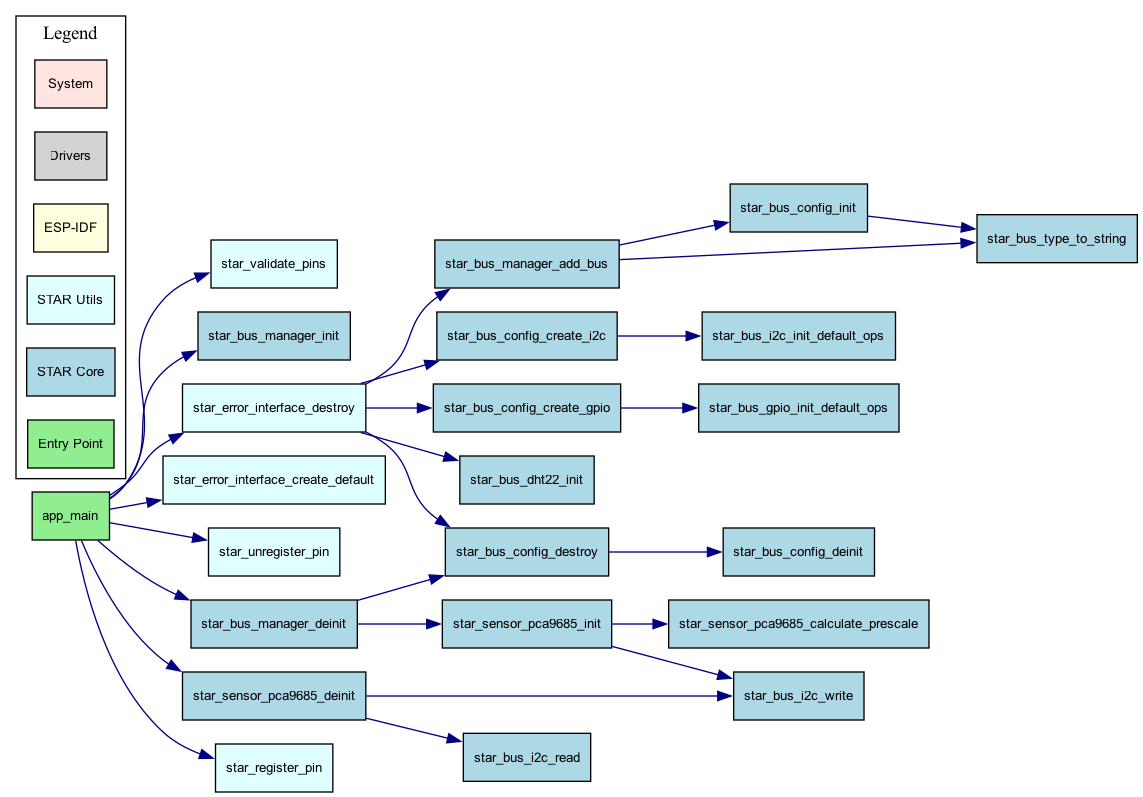
Before: ESP32-Firmware/docs/callgraph/visual_levels/callgraph_application.png, a diagram exported from Graphviz (Locked-Inc/STAR). Its source is kept beside it as ESP32-Firmware/docs/callgraph/visual_levels/callgraph_application.dot.
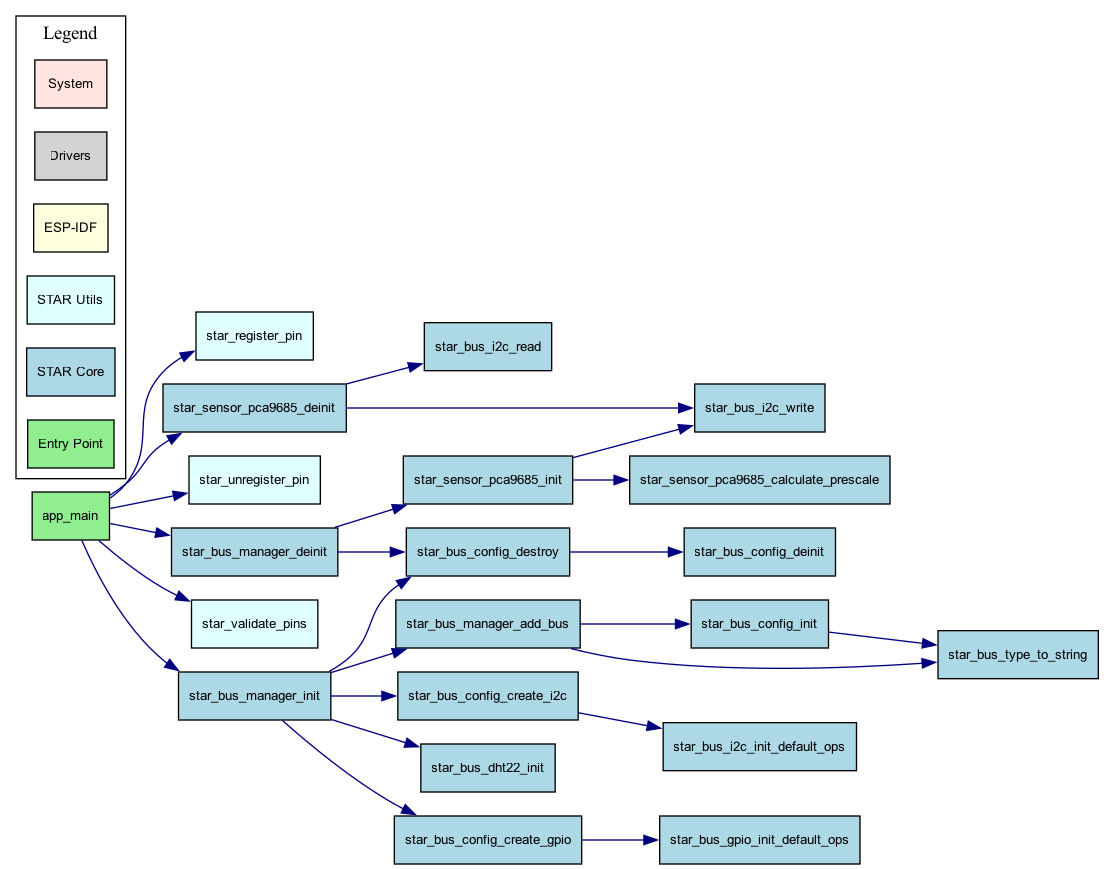
After the commit.

The edit, as a diff of the source:
```diff
@@ -3,33 +3,29 @@
     node [shape=box style=filled fontname="Arial" fontsize=10];
     edge [color=navy fontsize=8];
 
+    "star_register_pin" [fillcolor=lightcyan];
+    "star_bus_manager_add_bus" [fillcolor=lightblue];
+    "app_main" [fillcolor=lightgreen fontweight=bold];
+    "star_sensor_pca9685_init" [fillcolor=lightblue];
+    "star_bus_config_create_i2c" [fillcolor=lightblue];
+    "star_sensor_pca9685_deinit" [fillcolor=lightblue];
+    "star_bus_dht22_init" [fillcolor=lightblue];
+    "star_sensor_pca9685_calculate_prescale" [fillcolor=lightblue];
+    "star_unregister_pin" [fillcolor=lightcyan];
+    "star_bus_config_create_gpio" [fillcolor=lightblue];
+    "star_bus_config_deinit" [fillcolor=lightblue];
+    "star_bus_i2c_read" [fillcolor=lightblue];
+    "star_bus_config_init" [fillcolor=lightblue];
+    "star_bus_config_destroy" [fillcolor=lightblue];
+    "star_bus_type_to_string" [fillcolor=lightblue];
+    "star_bus_i2c_init_default_ops" [fillcolor=lightblue];
+    "star_bus_manager_deinit" [fillcolor=lightblue];
+    "star_validate_pins" [fillcolor=lightcyan];
+    "star_bus_gpio_init_default_ops" [fillcolor=lightblue];
+    "star_bus_manager_init" [fillcolor=lightblue];
     "star_bus_i2c_write" [fillcolor=lightblue];
-    "star_validate_pins" [fillcolor=lightcyan];
-    "star_bus_config_init" [fillcolor=lightblue];
-    "star_bus_manager_init" [fillcolor=lightblue];
-    "star_bus_i2c_read" [fillcolor=lightblue];
-    "star_bus_config_deinit" [fillcolor=lightblue];
-    "star_error_interface_destroy" [fillcolor=lightcyan];
-    "star_sensor_pca9685_calculate_prescale" [fillcolor=lightblue];
-    "star_bus_manager_add_bus" [fillcolor=lightblue];
-    "star_bus_config_create_i2c" [fillcolor=lightblue];
-    "star_bus_gpio_init_default_ops" [fillcolor=lightblue];
-    "star_bus_config_create_gpio" [fillcolor=lightblue];
-    "star_sensor_pca9685_init" [fillcolor=lightblue];
-    "star_error_interface_create_default" [fillcolor=lightcyan];
-    "app_main" [fillcolor=lightgreen fontweight=bold];
-    "star_unregister_pin" [fillcolor=lightcyan];
-    "star_sensor_pca9685_deinit" [fillcolor=lightblue];
-    "star_bus_type_to_string" [fillcolor=lightblue];
-    "star_bus_manager_deinit" [fillcolor=lightblue];
-    "star_register_pin" [fillcolor=lightcyan];
-    "star_bus_config_destroy" [fillcolor=lightblue];
-    "star_bus_i2c_init_default_ops" [fillcolor=lightblue];
-    "star_bus_dht22_init" [fillcolor=lightblue];
     "app_main" -> "star_bus_manager_deinit";
     "app_main" -> "star_bus_manager_init";
-    "app_main" -> "star_error_interface_create_default";
-    "app_main" -> "star_error_interface_destroy";
     "app_main" -> "star_register_pin";
     "app_main" -> "star_sensor_pca9685_deinit";
     "app_main" -> "star_unregister_pin";
@@ -42,11 +38,11 @@
     "star_bus_manager_add_bus" -> "star_bus_type_to_string";
     "star_bus_manager_deinit" -> "star_bus_config_destroy";
     "star_bus_manager_deinit" -> "star_sensor_pca9685_init";
-    "star_error_interface_destroy" -> "star_bus_config_create_gpio";
-    "star_error_interface_destroy" -> "star_bus_config_create_i2c";
-    "star_error_interface_destroy" -> "star_bus_config_destroy";
-    "star_error_interface_destroy" -> "star_bus_dht22_init";
-    "star_error_interface_destroy" -> "star_bus_manager_add_bus";
+    "star_bus_manager_init" -> "star_bus_config_create_gpio";
+    "star_bus_manager_init" -> "star_bus_config_create_i2c";
+    "star_bus_manager_init" -> "star_bus_config_destroy";
+    "star_bus_manager_init" -> "star_bus_dht22_init";
+    "star_bus_manager_init" -> "star_bus_manager_add_bus";
     "star_sensor_pca9685_deinit" -> "star_bus_i2c_read";
     "star_sensor_pca9685_deinit" -> "star_bus_i2c_write";
     "star_sensor_pca9685_init" -> "star_bus_i2c_write";
```
